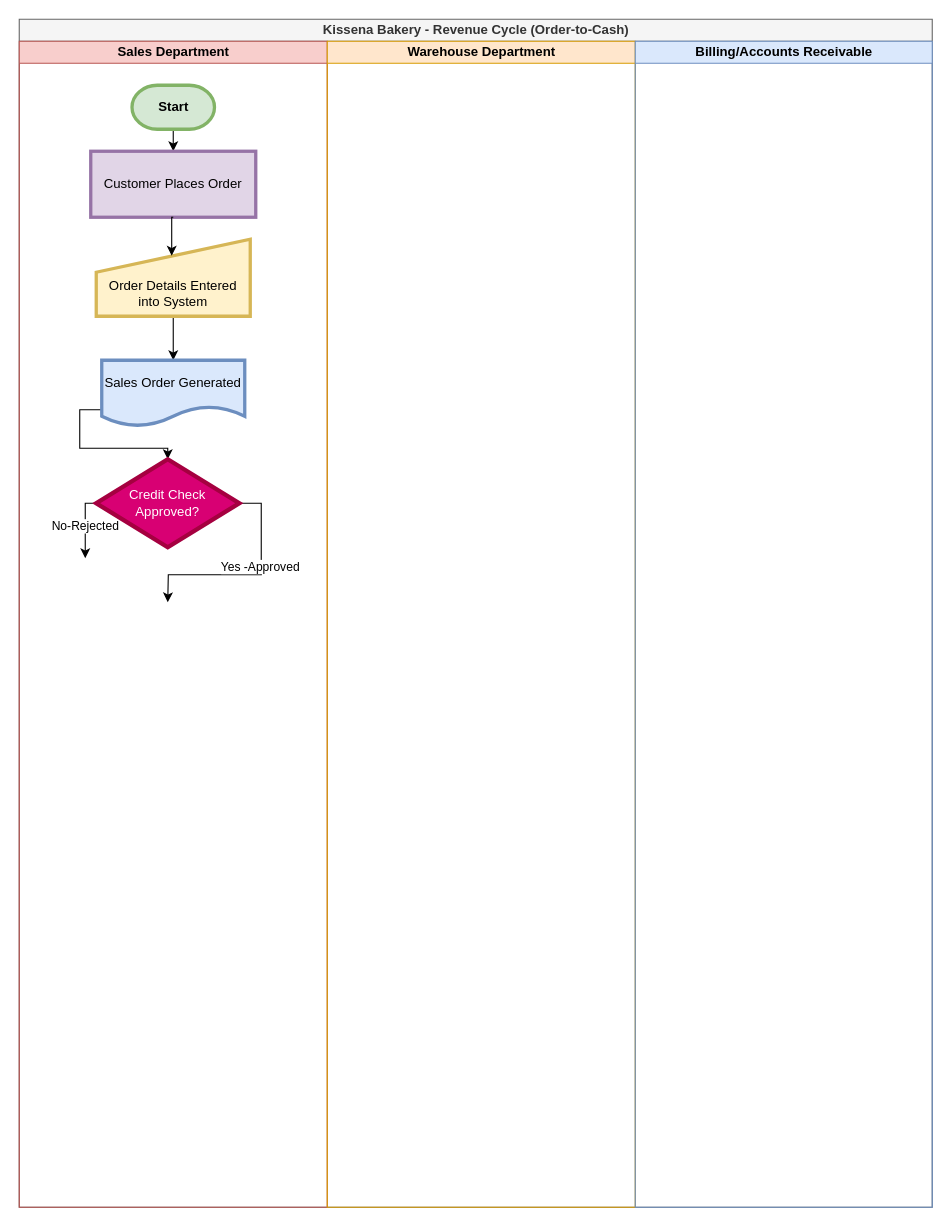
TabeerSajjad0/drawio keeps this draw.io diagram as Revenue_Cycle_Controls.drawio. Above is the earlier version. Source tidied: cells renumbered, new cells numbered last; positions are measured from the earlier drawing's top-left corner, leaving out a move shared by most shapes. Both pictures are drawn from the tidied source at 110%, with x=0, y=0 at pixel (19, 19).
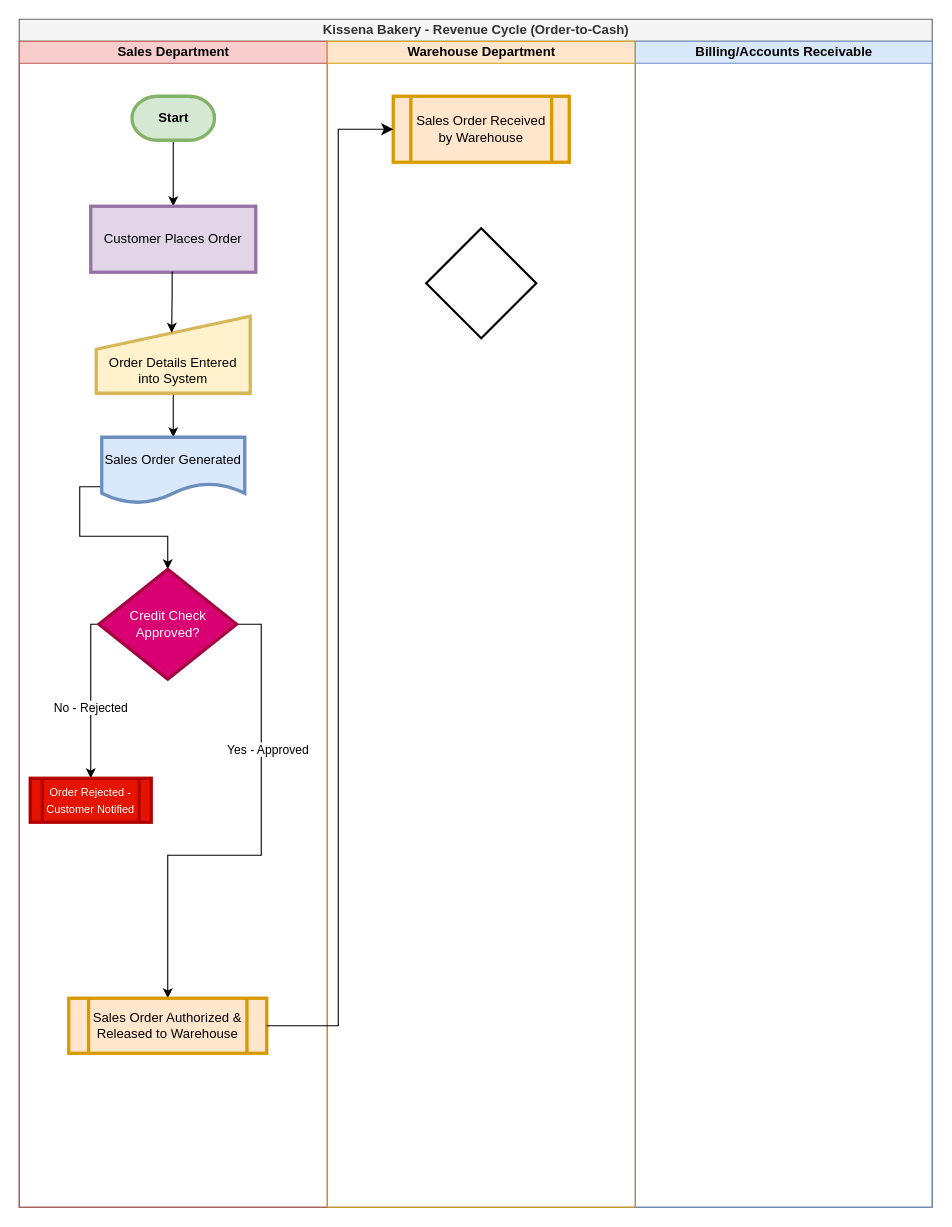
Above is the later version.

Unchanged cells that the change refers to:
```xml
<mxCell id="2" value="Kissena Bakery - Revenue Cycle (Order-to-Cash)" style="swimlane;startSize=20;html=1;fillColor=#f5f5f5;fontColor=#333333;strokeColor=#666666;" parent="1" vertex="1">
  <mxGeometry width="830" height="1080" as="geometry" />
</mxCell>
<mxCell id="3" value="Sales Department" style="swimlane;startSize=20;html=1;fillColor=#f8cecc;strokeColor=#b85450;" parent="2" vertex="1">
  <mxGeometry y="20" width="280" height="1060" as="geometry" />
</mxCell>
<mxCell id="17" value="Warehouse Department" style="swimlane;startSize=20;html=1;fillColor=#ffe6cc;strokeColor=#d79b00;" parent="2" vertex="1">
  <mxGeometry x="280" y="20" width="280" height="1060" as="geometry" />
</mxCell>
```

Diff of the diagram source:
```diff
@@
     <mxCell id="5" value="Start" style="strokeWidth=3;html=1;shape=mxgraph.flowchart.terminator;whiteSpace=wrap;fontStyle=1;fillColor=#d5e8d4;strokeColor=#82b366;" parent="3" vertex="1">
-      <mxGeometry x="102.5" y="40" width="75" height="40" as="geometry" />
+      <mxGeometry x="102.5" y="50" width="75" height="40" as="geometry" />
     </mxCell>
     <mxCell id="6" value="Customer Places Order" style="rounded=0;whiteSpace=wrap;html=1;fillColor=#e1d5e7;strokeColor=#9673a6;strokeWidth=3;" parent="3" vertex="1">
-      <mxGeometry x="65" y="100" width="150" height="60" as="geometry" />
+      <mxGeometry x="65" y="150" width="150" height="60" as="geometry" />
     </mxCell>
@@
     <mxCell id="8" value="&lt;br&gt;&lt;br&gt;Order Details Entered into System" style="shape=manualInput;whiteSpace=wrap;html=1;fillColor=#fff2cc;strokeColor=#d6b656;strokeWidth=3;" parent="3" vertex="1">
-      <mxGeometry x="70" y="180" width="140" height="70" as="geometry" />
+      <mxGeometry x="70" y="250" width="140" height="70" as="geometry" />
     </mxCell>
     <mxCell id="9" style="edgeStyle=orthogonalEdgeStyle;rounded=0;jettySize=auto;html=1;exitX=0.5;exitY=1;exitDx=0;exitDy=0;entryX=0.49;entryY=0.213;entryDx=0;entryDy=0;entryPerimeter=0;" parent="3" edge="1" source="6" target="8">
-      <mxGeometry relative="1" as="geometry" />
+      <mxGeometry relative="1" as="geometry">
+        <Array as="points">
+          <mxPoint x="139" y="210" />
+          <mxPoint x="139" y="230" />
+          <mxPoint x="139" y="230" />
+        </Array>
+      </mxGeometry>
     </mxCell>
-    <mxCell id="10" style="edgeStyle=orthogonalEdgeStyle;rounded=0;jettySize=auto;html=1;exitX=0;exitY=0.75;exitDx=0;exitDy=0;" parent="3" edge="1" source="11" target="16">
+    <mxCell id="10" style="edgeStyle=orthogonalEdgeStyle;rounded=0;jettySize=auto;html=1;exitX=0;exitY=0.75;exitDx=0;exitDy=0;entryX=0.5;entryY=0;entryDx=0;entryDy=0;entryPerimeter=0;" parent="3" edge="1" source="11" target="16">
       <mxGeometry relative="1" as="geometry" />
     </mxCell>
     <mxCell id="11" value="Sales Order Generated" style="shape=document;whiteSpace=wrap;html=1;boundedLbl=1;strokeWidth=3;fillColor=#dae8fc;strokeColor=#6c8ebf;" parent="3" vertex="1">
-      <mxGeometry x="75" y="290" width="130" height="60" as="geometry" />
+      <mxGeometry x="75" y="360" width="130" height="60" as="geometry" />
     </mxCell>
-    <mxCell id="12" style="edgeStyle=orthogonalEdgeStyle;rounded=0;jettySize=auto;html=1;exitX=0;exitY=0.5;exitDx=0;exitDy=0;" parent="3" edge="1" source="16">
+    <mxCell id="12" style="edgeStyle=orthogonalEdgeStyle;rounded=0;jettySize=auto;html=1;entryX=0.5;entryY=0;entryDx=0;entryDy=0;exitX=0;exitY=0.5;exitDx=0;exitDy=0;exitPerimeter=0;" parent="3" edge="1" source="16" target="19">
       <mxGeometry relative="1" as="geometry">
-        <mxPoint x="60" y="470" as="targetPoint" />
         <Array as="points">
-          <mxPoint x="60" y="420" />
+          <mxPoint x="65" y="530" />
         </Array>
       </mxGeometry>
     </mxCell>
-    <mxCell id="13" value="No-Rejected" style="edgeLabel;html=1;align=center;verticalAlign=middle;" parent="12" vertex="1">
-      <mxGeometry x="-0.01" y="-1" relative="1" as="geometry" />
+    <mxCell id="13" value="No - Rejected" style="edgeLabel;html=1;align=center;verticalAlign=middle;" parent="12" vertex="1">
+      <mxGeometry x="-0.01" y="-1" relative="1" as="geometry">
+        <mxPoint y="10" as="offset" />
+      </mxGeometry>
     </mxCell>
-    <mxCell id="14" style="edgeStyle=orthogonalEdgeStyle;rounded=0;jettySize=auto;html=1;exitX=1;exitY=0.5;exitDx=0;exitDy=0;" parent="3" edge="1" source="16">
+    <mxCell id="14" style="edgeStyle=orthogonalEdgeStyle;rounded=0;jettySize=auto;html=1;exitX=1;exitY=0.5;exitDx=0;exitDy=0;entryX=0.5;entryY=0;entryDx=0;entryDy=0;exitPerimeter=0;" parent="3" edge="1" source="16" target="20">
       <mxGeometry relative="1" as="geometry">
-        <mxPoint x="135" y="510" as="targetPoint" />
+        <Array as="points">
+          <mxPoint x="220" y="530" />
+          <mxPoint x="220" y="740" />
+          <mxPoint x="135" y="740" />
+        </Array>
       </mxGeometry>
     </mxCell>
-    <mxCell id="15" value="Yes -Approved" style="edgeLabel;html=1;align=center;verticalAlign=middle;" parent="14" vertex="1">
-      <mxGeometry x="-0.21" y="-2" relative="1" as="geometry" />
+    <mxCell id="15" value="Yes - Approved" style="edgeLabel;html=1;align=center;verticalAlign=middle;" parent="14" vertex="1">
+      <mxGeometry x="-0.21" y="-2" relative="1" as="geometry">
+        <mxPoint x="7" y="-41" as="offset" />
+      </mxGeometry>
     </mxCell>
+    <mxCell id="19" value="&lt;font style=&quot;font-size: 10px;&quot;&gt;Order Rejected - Customer Notified&lt;/font&gt;" style="shape=process;whiteSpace=wrap;html=1;backgroundOutline=1;strokeWidth=3;fillColor=#e51400;strokeColor=#B20000;fontColor=#ffffff;" parent="3" vertex="1">
+      <mxGeometry x="10" y="670" width="110" height="40" as="geometry" />
+    </mxCell>
+    <mxCell id="20" value="Sales Order Authorized &amp;amp; Released to Warehouse" style="shape=process;whiteSpace=wrap;html=1;backgroundOutline=1;fillColor=#ffe6cc;strokeColor=#d79b00;strokeWidth=3;" parent="3" vertex="1">
+      <mxGeometry x="45" y="870" width="180" height="50" as="geometry" />
+    </mxCell>
-    <mxCell id="16" value="Credit Check Approved?" style="rhombus;whiteSpace=wrap;html=1;fillColor=#d80073;strokeColor=#A50040;fontColor=#ffffff;strokeWidth=4;" parent="3" vertex="1">
-      <mxGeometry x="70" y="380" width="130" height="80" as="geometry" />
+    <mxCell id="16" value="Credit Check Approved?" style="strokeWidth=3;html=1;shape=mxgraph.flowchart.decision;whiteSpace=wrap;fillColor=#d80073;fontColor=#ffffff;strokeColor=#A50040;" parent="3" vertex="1">
+      <mxGeometry x="72.5" y="480" width="125" height="100" as="geometry" />
     </mxCell>
@@
+    <mxCell id="21" value="Sales Order Received by Warehouse" style="shape=process;whiteSpace=wrap;html=1;backgroundOutline=1;fillColor=#ffe6cc;strokeColor=#d79b00;strokeWidth=3;" parent="17" vertex="1">
+      <mxGeometry x="60" y="50" width="160" height="60" as="geometry" />
+    </mxCell>
+    <mxCell id="22" style="strokeWidth=2;html=1;shape=mxgraph.flowchart.decision;whiteSpace=wrap;" parent="17" vertex="1">
+      <mxGeometry x="90" y="170" width="100" height="100" as="geometry" />
+    </mxCell>
@@
+    <mxCell id="23" style="edgeStyle=orthogonalEdgeStyle;rounded=0;jettySize=auto;html=1;exitX=1;exitY=0.5;exitDx=0;exitDy=0;entryX=0;entryY=0.5;entryDx=0;entryDy=0;fontSize=12;startSize=8;endSize=8;" parent="2" edge="1" source="20" target="21">
+      <mxGeometry relative="1" as="geometry">
+        <Array as="points">
+          <mxPoint x="290" y="915" />
+          <mxPoint x="290" y="100" />
+        </Array>
+      </mxGeometry>
+    </mxCell>
```
